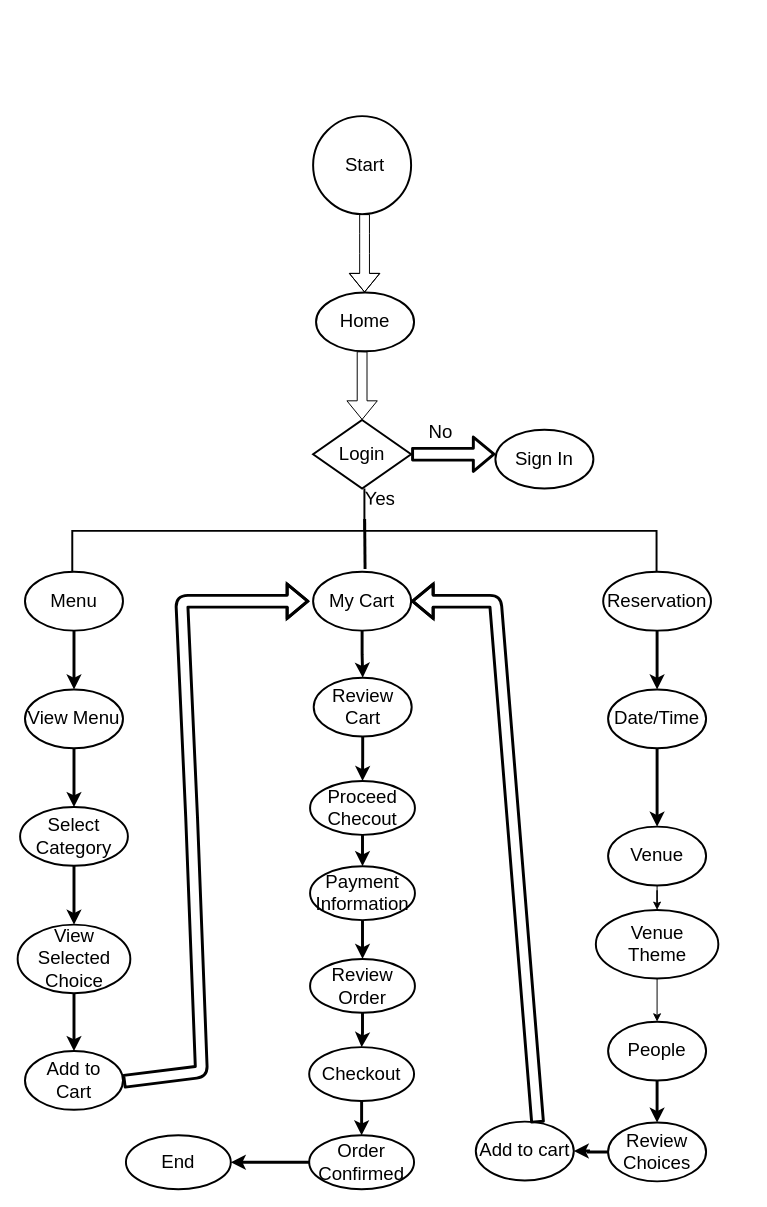
The draw.io diagram Untitled Diagram.drawio in rheymel/KingROMOLO, before the edit. Source tidied: cells renumbered, new cells numbered last; positions are measured from the earlier drawing's top-left corner, leaving out a move shared by most shapes. Both pictures are drawn from the tidied source at 98%, with x=0, y=0 at pixel (17, 116).
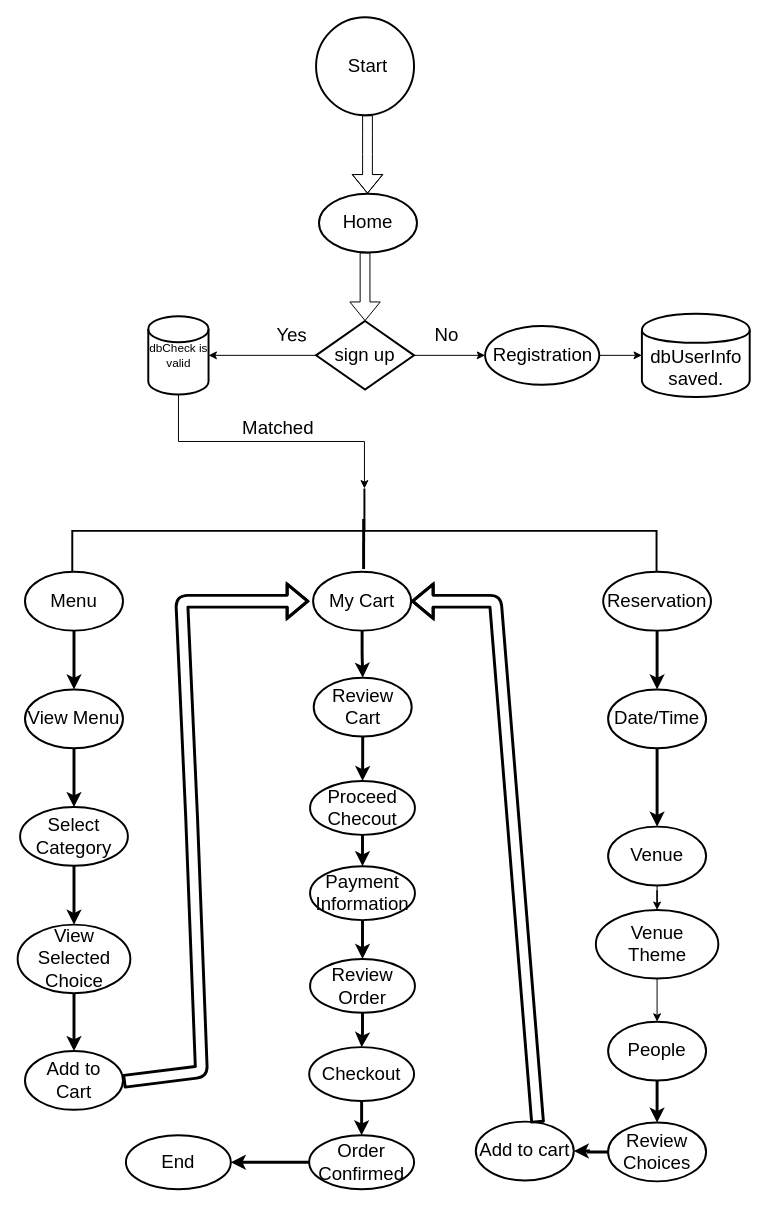
The same diagram, later.

The change refers to these unchanged cells:
```xml
<mxCell id="7" style="strokeWidth=2;html=1;shape=mxgraph.flowchart.annotation_2;align=left;labelPosition=right;fontSize=19;rotation=90;" parent="1" vertex="1">
  <mxGeometry x="311.1" y="125.1" width="86.5" height="596.2" as="geometry" />
</mxCell>
```

Diff of the diagram source:
```diff
@@
     <mxCell id="2" style="strokeWidth=2;html=1;shape=mxgraph.flowchart.start_2;whiteSpace=wrap;" parent="1" vertex="1">
-      <mxGeometry x="302" width="100" height="100" as="geometry" />
+      <mxGeometry x="305" y="-100.9" width="100" height="100" as="geometry" />
     </mxCell>
     <mxCell id="3" value="&lt;div style=&quot;font-size: 19px;&quot;&gt;Start&lt;/div&gt;" style="text;html=1;strokeColor=none;fillColor=none;align=center;verticalAlign=middle;whiteSpace=wrap;rounded=0;fontSize=19;" parent="1" vertex="1">
-      <mxGeometry x="332" y="30" width="46" height="40" as="geometry" />
+      <mxGeometry x="335" y="-70.9" width="46" height="40" as="geometry" />
     </mxCell>
     <mxCell id="4" style="shape=flexArrow;endArrow=classic;html=1;fontSize=19;" parent="1" edge="1">
       <mxGeometry relative="1" as="geometry">
-        <mxPoint x="354.5" y="100" as="sourcePoint" />
-        <mxPoint x="354.5" y="180" as="targetPoint" />
+        <mxPoint x="357.5" y="-0.9" as="sourcePoint" />
+        <mxPoint x="357.5" y="79.1" as="targetPoint" />
         <Array as="points">
-          <mxPoint x="354.5" y="120" />
-          <mxPoint x="354.5" y="140" />
+          <mxPoint x="357.5" y="19.1" />
+          <mxPoint x="357.5" y="39.1" />
         </Array>
       </mxGeometry>
     </mxCell>
     <mxCell id="5" value="&lt;div&gt;Home&lt;/div&gt;" style="strokeWidth=2;html=1;shape=mxgraph.flowchart.start_1;whiteSpace=wrap;fontSize=19;" parent="1" vertex="1">
-      <mxGeometry x="305" y="180" width="100" height="60" as="geometry" />
+      <mxGeometry x="308" y="79.1" width="100" height="60" as="geometry" />
     </mxCell>
     <mxCell id="6" style="shape=flexArrow;endArrow=classic;html=1;fontSize=19;entryX=0.5;entryY=0;entryDx=0;entryDy=0;entryPerimeter=0;" parent="1" edge="1" target="31">
       <mxGeometry relative="1" as="geometry">
-        <mxPoint x="352" y="240" as="sourcePoint" />
+        <mxPoint x="355" y="139.1" as="sourcePoint" />
       </mxGeometry>
     </mxCell>
@@
     <mxCell id="18" style="endArrow=none;html=1;fontSize=19;strokeWidth=3;" parent="1" edge="1">
       <mxGeometry relative="1" as="geometry">
-        <mxPoint x="355" y="462" as="sourcePoint" />
-        <mxPoint x="354.6" y="411" as="targetPoint" />
+        <mxPoint x="353.5" y="462.1" as="sourcePoint" />
+        <mxPoint x="353.6" y="411" as="targetPoint" />
       </mxGeometry>
     </mxCell>
@@
+    <mxCell id="53" style="edgeStyle=orthogonalEdgeStyle;rounded=0;jettySize=auto;html=1;" parent="1" edge="1" source="31" target="34">
+      <mxGeometry relative="1" as="geometry" />
+    </mxCell>
+    <mxCell id="54" style="edgeStyle=orthogonalEdgeStyle;rounded=0;jettySize=auto;html=1;" parent="1" edge="1" source="31" target="57">
+      <mxGeometry relative="1" as="geometry" />
+    </mxCell>
-    <mxCell id="31" value="Login" style="strokeWidth=2;html=1;shape=mxgraph.flowchart.decision;whiteSpace=wrap;fontSize=19;" parent="1" vertex="1">
-      <mxGeometry x="302" y="310" width="100" height="70" as="geometry" />
+    <mxCell id="31" value="sign up" style="strokeWidth=2;html=1;shape=mxgraph.flowchart.decision;whiteSpace=wrap;fontSize=19;" parent="1" vertex="1">
+      <mxGeometry x="305" y="209.1" width="100" height="70" as="geometry" />
     </mxCell>
     <mxCell id="32" value="Yes" style="text;html=1;align=center;verticalAlign=middle;fontSize=19;rotation=1;" parent="1" vertex="1">
-      <mxGeometry x="345" y="376" width="50" height="30" as="geometry" />
+      <mxGeometry x="255" y="209.1" width="50" height="30" as="geometry" />
     </mxCell>
-    <mxCell id="33" style="shape=flexArrow;endArrow=classic;html=1;strokeWidth=3;fontSize=19;exitX=1;exitY=0.5;exitDx=0;exitDy=0;exitPerimeter=0;" parent="1" edge="1" source="31">
-      <mxGeometry relative="1" as="geometry">
-        <mxPoint x="488" y="345" as="targetPoint" />
-      </mxGeometry>
-    </mxCell>
+    <mxCell id="55" style="edgeStyle=orthogonalEdgeStyle;rounded=0;jettySize=auto;html=1;" parent="1" edge="1" source="34" target="58">
+      <mxGeometry relative="1" as="geometry" />
+    </mxCell>
-    <mxCell id="34" value="Sign In" style="strokeWidth=2;html=1;shape=mxgraph.flowchart.start_1;whiteSpace=wrap;fontSize=19;" parent="1" vertex="1">
-      <mxGeometry x="488" y="320" width="100" height="60" as="geometry" />
+    <mxCell id="34" value="Registration" style="strokeWidth=2;html=1;shape=mxgraph.flowchart.start_1;whiteSpace=wrap;fontSize=19;" parent="1" vertex="1">
+      <mxGeometry x="477.5" y="214.1" width="116.5" height="60" as="geometry" />
     </mxCell>
     <mxCell id="35" value="No" style="text;html=1;align=center;verticalAlign=middle;fontSize=19;" parent="1" vertex="1">
-      <mxGeometry x="412" y="308" width="40" height="30" as="geometry" />
+      <mxGeometry x="417.5" y="209.1" width="40" height="30" as="geometry" />
     </mxCell>
@@
+    <mxCell id="56" style="edgeStyle=orthogonalEdgeStyle;rounded=0;jettySize=auto;html=1;" parent="1" edge="1" source="57" target="7">
+      <mxGeometry relative="1" as="geometry" />
+    </mxCell>
+    <mxCell id="57" value="dbCheck is valid" style="strokeWidth=2;html=1;shape=mxgraph.flowchart.database;whiteSpace=wrap;" parent="1" vertex="1">
+      <mxGeometry x="133.8" y="204.1" width="61.5" height="80" as="geometry" />
+    </mxCell>
+    <mxCell id="58" value="&lt;div&gt;dbUserInfo&lt;/div&gt;&lt;div&gt;saved.&lt;br&gt;&lt;/div&gt;" style="shape=cylinder;whiteSpace=wrap;html=1;boundedLbl=1;backgroundOutline=1;fontSize=19;strokeWidth=2;" parent="1" vertex="1">
+      <mxGeometry x="637.5" y="201.6" width="110" height="85" as="geometry" />
+    </mxCell>
+    <mxCell id="59" value="&lt;font style=&quot;font-size: 19px&quot;&gt;Matched&lt;/font&gt;" style="text;html=1;align=center;verticalAlign=middle;" parent="1" vertex="1">
+      <mxGeometry x="221.1" y="309.1" width="90" height="20" as="geometry" />
+    </mxCell>
```
